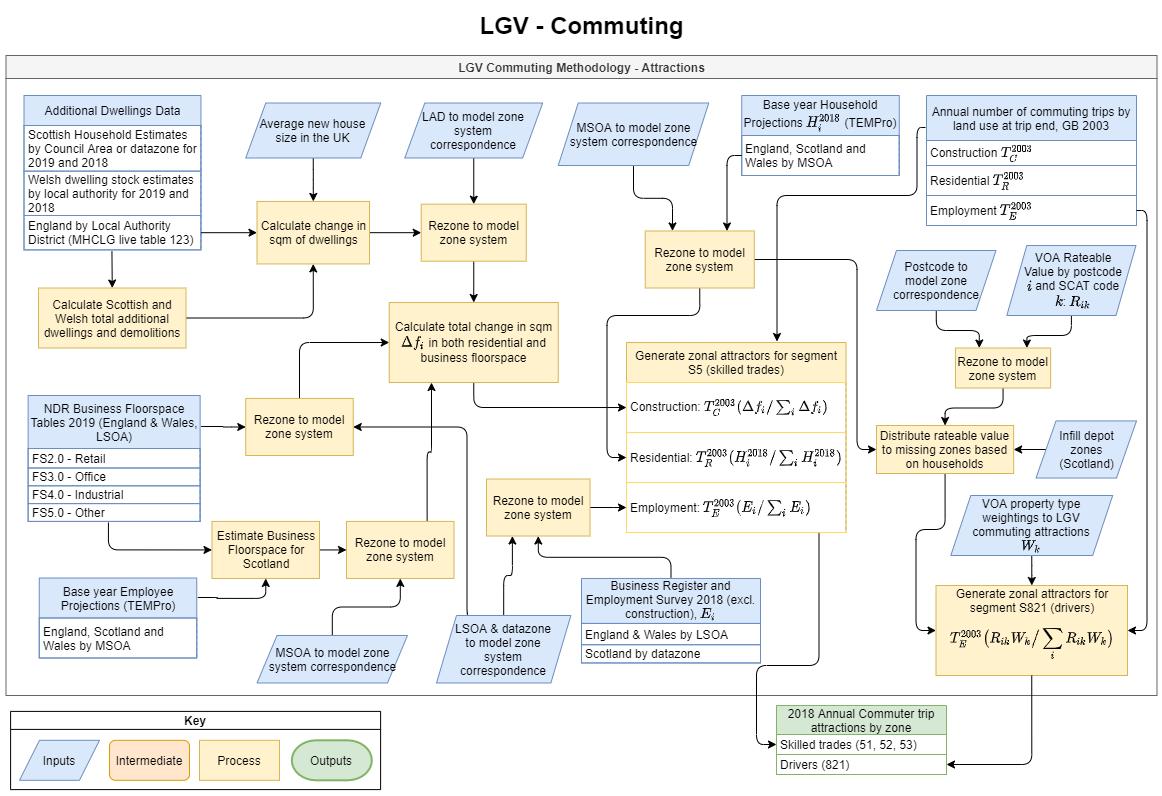
Above: local_freight_tool/doc/images/LGV_methodology-Commuting-Attractions.png in Transport-for-the-North/caf-freight-tools (draw.io), before the change. Source tidied: cells renumbered, new cells last; positions are measured from the earlier drawing's top-left corner, leaving out a move shared by most shapes.
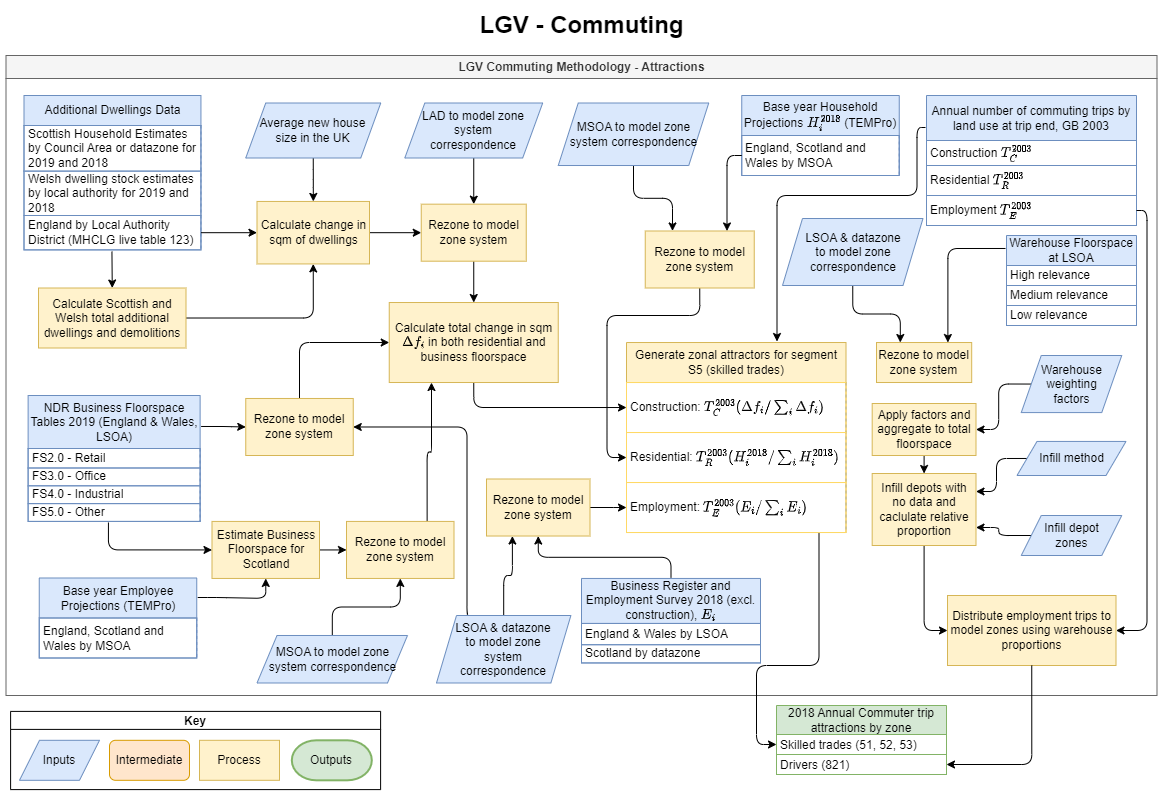
The same diagram one commit later.

Commit message:
LGV updated README new warehouse data

What changed in the source:
```diff
@@ -125,20 +125,8 @@
     <mxCell id="40" value="England, Scotland and Wales by MSOA" style="text;fillColor=none;align=left;verticalAlign=middle;spacingLeft=4;spacingRight=4;overflow=hidden;points=[[0,0.5],[1,0.5]];portConstraint=eastwest;strokeColor=#6C8EBF;spacing=0;whiteSpace=wrap;" parent="39" vertex="1">
       <mxGeometry y="40" width="157.5" height="40" as="geometry" />
     </mxCell>
-    <mxCell id="41" style="edgeStyle=orthogonalEdgeStyle;rounded=1;jettySize=auto;html=1;exitX=0.5;exitY=1;exitDx=0;exitDy=0;entryX=0.75;entryY=0;entryDx=0;entryDy=0;" parent="2" edge="1" source="42" target="58">
-      <mxGeometry relative="1" as="geometry" />
-    </mxCell>
-    <mxCell id="42" value="VOA Rateable Value by postcode \(i\) and SCAT code \(k\): \(R_{ik}\)" style="shape=parallelogram;perimeter=parallelogramPerimeter;whiteSpace=wrap;html=1;fixedSize=1;shadow=0;glass=0;labelBackgroundColor=none;comic=0;sketch=0;strokeColor=#6c8ebf;strokeWidth=1;fillColor=#dae8fc;fontSize=12;spacingRight=10;spacingLeft=15;" parent="2" vertex="1">
-      <mxGeometry x="1000.8" y="190" width="129.2" height="70" as="geometry" />
-    </mxCell>
-    <mxCell id="43" style="edgeStyle=orthogonalEdgeStyle;rounded=1;jettySize=auto;html=1;exitX=0.5;exitY=1;exitDx=0;exitDy=0;" parent="2" edge="1" source="44" target="45">
-      <mxGeometry relative="1" as="geometry" />
-    </mxCell>
-    <mxCell id="44" value="VOA property type weightings to LGV commuting attractions \(W_k\)" style="shape=parallelogram;perimeter=parallelogramPerimeter;whiteSpace=wrap;html=1;fixedSize=1;shadow=0;glass=0;labelBackgroundColor=none;comic=0;sketch=0;strokeColor=#6c8ebf;strokeWidth=1;fillColor=#dae8fc;fontSize=12;spacingRight=10;spacingLeft=10;" parent="2" vertex="1">
-      <mxGeometry x="944.8" y="440" width="161.9" height="60" as="geometry" />
-    </mxCell>
-    <mxCell id="45" value="Generate zonal attractors for segment S821 (drivers)&lt;br&gt;$$T^{2003}_E \big(R_{ik}W_k \big/ \sum_i R_{ik}W_k \big)$$" style="whiteSpace=wrap;html=1;shadow=0;glass=0;labelBackgroundColor=none;comic=0;sketch=0;strokeColor=#d6b656;strokeWidth=1;fillColor=#fff2cc;fontSize=12;" parent="2" vertex="1">
-      <mxGeometry x="930" y="530" width="191.5" height="90" as="geometry" />
+    <mxCell id="45" value="Distribute employment trips to model zones using warehouse proportions" style="whiteSpace=wrap;html=1;shadow=0;glass=0;labelBackgroundColor=none;comic=0;sketch=0;strokeColor=#d6b656;strokeWidth=1;fillColor=#fff2cc;fontSize=12;" parent="2" vertex="1">
+      <mxGeometry x="941.5" y="540" width="168.5" height="70" as="geometry" />
     </mxCell>
     <mxCell id="46" style="edgeStyle=orthogonalEdgeStyle;rounded=1;jettySize=auto;html=1;exitX=0.25;exitY=0;exitDx=0;exitDy=0;entryX=1;entryY=0.5;entryDx=0;entryDy=0;" parent="2" edge="1" source="48" target="56">
       <mxGeometry relative="1" as="geometry">
@@ -177,14 +165,6 @@
         </Array>
       </mxGeometry>
     </mxCell>
-    <mxCell id="53" style="edgeStyle=orthogonalEdgeStyle;rounded=1;jettySize=auto;html=1;exitX=1;exitY=0.5;exitDx=0;exitDy=0;entryX=0;entryY=0.5;entryDx=0;entryDy=0;" parent="2" edge="1" source="54" target="80">
-      <mxGeometry relative="1" as="geometry">
-        <Array as="points">
-          <mxPoint x="851" y="204" />
-          <mxPoint x="851" y="394" />
-        </Array>
-      </mxGeometry>
-    </mxCell>
     <mxCell id="54" value="Rezone to model zone system" style="whiteSpace=wrap;html=1;shadow=0;glass=0;labelBackgroundColor=none;comic=0;sketch=0;strokeColor=#d6b656;strokeWidth=1;fillColor=#fff2cc;fontSize=12;" parent="2" vertex="1">
       <mxGeometry x="639.2" y="175.5" width="109" height="57" as="geometry" />
     </mxCell>
@@ -194,17 +174,14 @@
     <mxCell id="56" value="Rezone to model zone system" style="whiteSpace=wrap;html=1;shadow=0;glass=0;labelBackgroundColor=none;comic=0;sketch=0;strokeColor=#d6b656;strokeWidth=1;fillColor=#fff2cc;fontSize=12;" parent="2" vertex="1">
       <mxGeometry x="239.8" y="343" width="107.5" height="57" as="geometry" />
     </mxCell>
-    <mxCell id="57" style="edgeStyle=orthogonalEdgeStyle;rounded=1;jettySize=auto;html=1;exitX=0.5;exitY=1;exitDx=0;exitDy=0;entryX=0.5;entryY=0;entryDx=0;entryDy=0;" parent="2" edge="1" source="58" target="80">
-      <mxGeometry relative="1" as="geometry" />
-    </mxCell>
     <mxCell id="58" value="Rezone to model zone system" style="whiteSpace=wrap;html=1;shadow=0;glass=0;labelBackgroundColor=none;comic=0;sketch=0;strokeColor=#d6b656;strokeWidth=1;fillColor=#fff2cc;fontSize=12;" parent="2" vertex="1">
-      <mxGeometry x="949.5" y="292.5" width="95.2" height="40" as="geometry" />
+      <mxGeometry x="870.5" y="287" width="95.2" height="40" as="geometry" />
     </mxCell>
     <mxCell id="59" style="edgeStyle=orthogonalEdgeStyle;rounded=1;jettySize=auto;html=1;entryX=0.25;entryY=0;entryDx=0;entryDy=0;exitX=0.5;exitY=1;exitDx=0;exitDy=0;" parent="2" edge="1" source="60" target="58">
       <mxGeometry relative="1" as="geometry" />
     </mxCell>
-    <mxCell id="60" value="Postcode to model zone correspondence" style="shape=parallelogram;perimeter=parallelogramPerimeter;whiteSpace=wrap;html=1;fixedSize=1;shadow=0;glass=0;labelBackgroundColor=none;comic=0;sketch=0;strokeColor=#6c8ebf;strokeWidth=1;fillColor=#dae8fc;fontSize=12;spacingRight=10;spacingLeft=10;" parent="2" vertex="1">
-      <mxGeometry x="870.5" y="195" width="119.5" height="60" as="geometry" />
+    <mxCell id="60" value="LSOA &amp;amp; datazone to model zone correspondence" style="shape=parallelogram;perimeter=parallelogramPerimeter;whiteSpace=wrap;html=1;fixedSize=1;shadow=0;glass=0;labelBackgroundColor=none;comic=0;sketch=0;strokeColor=#6c8ebf;strokeWidth=1;fillColor=#dae8fc;fontSize=12;spacingRight=15;spacingLeft=16;" parent="2" vertex="1">
+      <mxGeometry x="776.5" y="163" width="140.5" height="67" as="geometry" />
     </mxCell>
     <mxCell id="61" style="edgeStyle=orthogonalEdgeStyle;rounded=1;jettySize=auto;html=1;entryX=1;entryY=0.5;entryDx=0;entryDy=0;exitX=1;exitY=0.5;exitDx=0;exitDy=0;" parent="2" edge="1" source="8" target="45">
       <mxGeometry relative="1" as="geometry">
@@ -276,15 +253,48 @@
     <mxCell id="79" style="edgeStyle=orthogonalEdgeStyle;rounded=1;jettySize=auto;html=1;exitX=0.5;exitY=1;exitDx=0;exitDy=0;entryX=0;entryY=0.5;entryDx=0;entryDy=0;" parent="2" edge="1" source="80" target="45">
       <mxGeometry relative="1" as="geometry" />
     </mxCell>
-    <mxCell id="80" value="Distribute rateable value to missing zones based on households" style="rounded=0;whiteSpace=wrap;html=1;shadow=0;glass=0;labelBackgroundColor=none;comic=0;sketch=0;strokeColor=#d6b656;strokeWidth=1;fillColor=#fff2cc;fontSize=12;" parent="2" vertex="1">
-      <mxGeometry x="870.5" y="370" width="137.1" height="48" as="geometry" />
+    <mxCell id="80" value="Infill depots with no data and caclulate relative proportion" style="rounded=0;whiteSpace=wrap;html=1;shadow=0;glass=0;labelBackgroundColor=none;comic=0;sketch=0;strokeColor=#d6b656;strokeWidth=1;fillColor=#fff2cc;fontSize=12;" parent="2" vertex="1">
+      <mxGeometry x="866.2" y="418" width="103.8" height="72" as="geometry" />
     </mxCell>
-    <mxCell id="81" style="edgeStyle=orthogonalEdgeStyle;rounded=1;jettySize=auto;html=1;exitX=0;exitY=0.5;exitDx=0;exitDy=0;entryX=1;entryY=0.5;entryDx=0;entryDy=0;" parent="2" edge="1" source="82" target="80">
+    <mxCell id="81" style="edgeStyle=orthogonalEdgeStyle;rounded=1;jettySize=auto;html=1;exitX=0;exitY=0.5;exitDx=0;exitDy=0;entryX=1;entryY=0.75;entryDx=0;entryDy=0;" parent="2" edge="1" source="82" target="80">
       <mxGeometry relative="1" as="geometry" />
     </mxCell>
-    <mxCell id="82" value="Infill depot zones (Scotland)" style="shape=parallelogram;perimeter=parallelogramPerimeter;whiteSpace=wrap;html=1;fixedSize=1;rounded=0;shadow=0;glass=0;labelBackgroundColor=none;comic=0;sketch=0;strokeColor=#6c8ebf;strokeWidth=1;fillColor=#dae8fc;fontSize=12;spacingRight=10;spacingLeft=10;" parent="2" vertex="1">
-      <mxGeometry x="1030" y="365.4" width="100.5" height="57.1" as="geometry" />
+    <mxCell id="82" value="Infill depot zones" style="shape=parallelogram;perimeter=parallelogramPerimeter;whiteSpace=wrap;html=1;fixedSize=1;rounded=0;shadow=0;glass=0;labelBackgroundColor=none;comic=0;sketch=0;strokeColor=#6c8ebf;strokeWidth=1;fillColor=#dae8fc;fontSize=12;spacingRight=10;spacingLeft=10;" parent="2" vertex="1">
+      <mxGeometry x="1015.2" y="460" width="100.5" height="40" as="geometry" />
     </mxCell>
+    <mxCell id="94" style="edgeStyle=orthogonalEdgeStyle;rounded=1;jettySize=auto;html=1;exitX=0;exitY=0.152;exitDx=0;exitDy=0;entryX=0.75;entryY=0;entryDx=0;entryDy=0;exitPerimeter=0;" parent="2" edge="1" source="95" target="58">
+      <mxGeometry relative="1" as="geometry" />
+    </mxCell>
+    <mxCell id="95" value="Warehouse Floorspace at LSOA" style="swimlane;fontStyle=0;horizontal=1;startSize=30;fillColor=#dae8fc;separatorColor=#6C8EBF;swimlaneFillColor=none;perimeterSpacing=1;swimlaneLine=1;arcSize=13;strokeColor=#6C8EBF;whiteSpace=wrap;" parent="2" vertex="1">
+      <mxGeometry x="1000.5" y="180" width="130" height="90" as="geometry" />
+    </mxCell>
+    <mxCell id="96" value="High relevance" style="text;fillColor=none;align=left;verticalAlign=middle;spacingLeft=4;spacingRight=4;overflow=hidden;strokeColor=#6C8EBF;spacing=0;whiteSpace=wrap;" parent="95" vertex="1">
+      <mxGeometry y="30" width="130" height="20" as="geometry" />
+    </mxCell>
+    <mxCell id="97" value="Medium relevance" style="text;fillColor=none;align=left;verticalAlign=middle;spacingLeft=4;spacingRight=4;overflow=hidden;strokeColor=#6C8EBF;spacing=0;whiteSpace=wrap;" parent="95" vertex="1">
+      <mxGeometry y="50" width="130" height="20" as="geometry" />
+    </mxCell>
+    <mxCell id="98" value="Low relevance" style="text;fillColor=none;align=left;verticalAlign=middle;spacingLeft=4;spacingRight=4;overflow=hidden;strokeColor=#6C8EBF;spacing=0;whiteSpace=wrap;" parent="95" vertex="1">
+      <mxGeometry y="70" width="130" height="20" as="geometry" />
+    </mxCell>
+    <mxCell id="99" style="edgeStyle=orthogonalEdgeStyle;rounded=1;jettySize=auto;html=1;exitX=0.5;exitY=1;exitDx=0;exitDy=0;entryX=0.5;entryY=0;entryDx=0;entryDy=0;" parent="2" edge="1" source="100" target="80">
+      <mxGeometry relative="1" as="geometry" />
+    </mxCell>
+    <mxCell id="100" value="Apply factors and aggregate to total floorspace" style="whiteSpace=wrap;html=1;shadow=0;glass=0;labelBackgroundColor=none;comic=0;sketch=0;strokeColor=#d6b656;strokeWidth=1;fillColor=#fff2cc;fontSize=12;" parent="2" vertex="1">
+      <mxGeometry x="866.2" y="348" width="103.8" height="52" as="geometry" />
+    </mxCell>
+    <mxCell id="101" style="edgeStyle=orthogonalEdgeStyle;rounded=1;jettySize=auto;html=1;exitX=0;exitY=0.5;exitDx=0;exitDy=0;entryX=1;entryY=0.5;entryDx=0;entryDy=0;" parent="2" edge="1" source="102" target="100">
+      <mxGeometry relative="1" as="geometry" />
+    </mxCell>
+    <mxCell id="102" value="Warehouse weighting factors" style="shape=parallelogram;perimeter=parallelogramPerimeter;whiteSpace=wrap;html=1;fixedSize=1;rounded=0;shadow=0;glass=0;labelBackgroundColor=none;comic=0;sketch=0;strokeColor=#6c8ebf;strokeWidth=1;fillColor=#dae8fc;fontSize=12;spacingRight=10;spacingLeft=10;" parent="2" vertex="1">
+      <mxGeometry x="1015.2" y="300" width="100.5" height="57.1" as="geometry" />
+    </mxCell>
+    <mxCell id="103" style="edgeStyle=orthogonalEdgeStyle;rounded=1;jettySize=auto;html=1;exitX=0;exitY=0.5;exitDx=0;exitDy=0;entryX=1;entryY=0.25;entryDx=0;entryDy=0;" parent="2" edge="1" source="104" target="80">
+      <mxGeometry relative="1" as="geometry" />
+    </mxCell>
+    <mxCell id="104" value="Infill method" style="shape=parallelogram;perimeter=parallelogramPerimeter;whiteSpace=wrap;html=1;fixedSize=1;rounded=0;shadow=0;glass=0;labelBackgroundColor=none;comic=0;sketch=0;strokeColor=#6c8ebf;strokeWidth=1;fillColor=#dae8fc;fontSize=12;spacingRight=10;spacingLeft=10;" parent="2" vertex="1">
+      <mxGeometry x="1011" y="385.9" width="109" height="34.1" as="geometry" />
+    </mxCell>
     <mxCell id="83" style="edgeStyle=orthogonalEdgeStyle;rounded=1;jettySize=auto;html=1;entryX=0;entryY=0.5;entryDx=0;entryDy=0;exitX=0.877;exitY=1.02;exitDx=0;exitDy=0;exitPerimeter=0;" parent="1" edge="1" source="23" target="87">
       <mxGeometry relative="1" as="geometry">
         <Array as="points">
```
